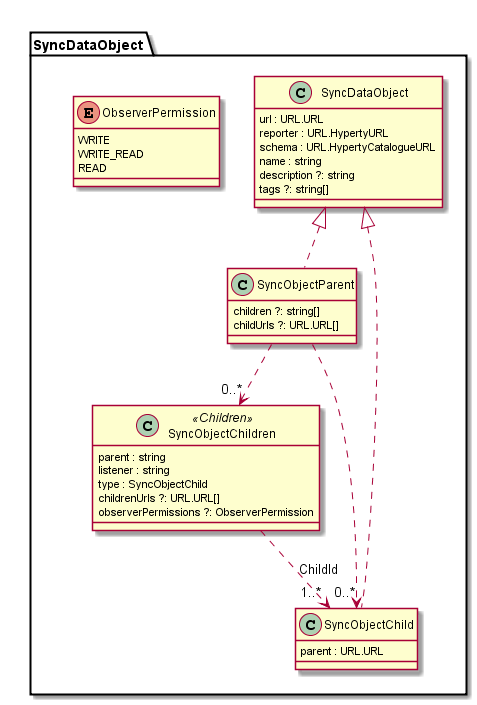
The PlantUML diagram docs/datamodel/data-objects/data-synch/SyncDataObject.png in reTHINK-project/dev-service-framework, before a commit.
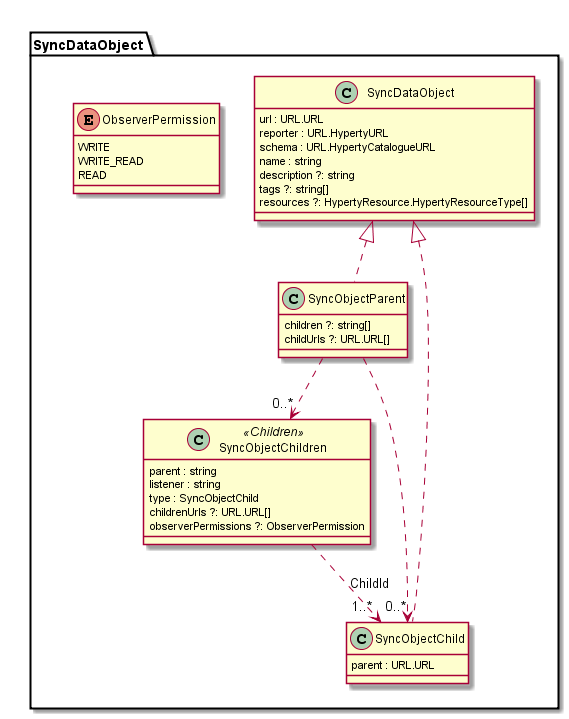
The same file after the commit.

Commit message:
"resources" added to SyncDataObject and removed from Communication data object. "type" removed from Context data object as well

Change to the diagram source:
```diff
@@ -9,6 +9,7 @@
 		name : string
 		description ?: string
 		tags ?: string[]
+		resources ?: HypertyResource.HypertyResourceType[]
 	}
 
 	class SyncObjectParent {
```
